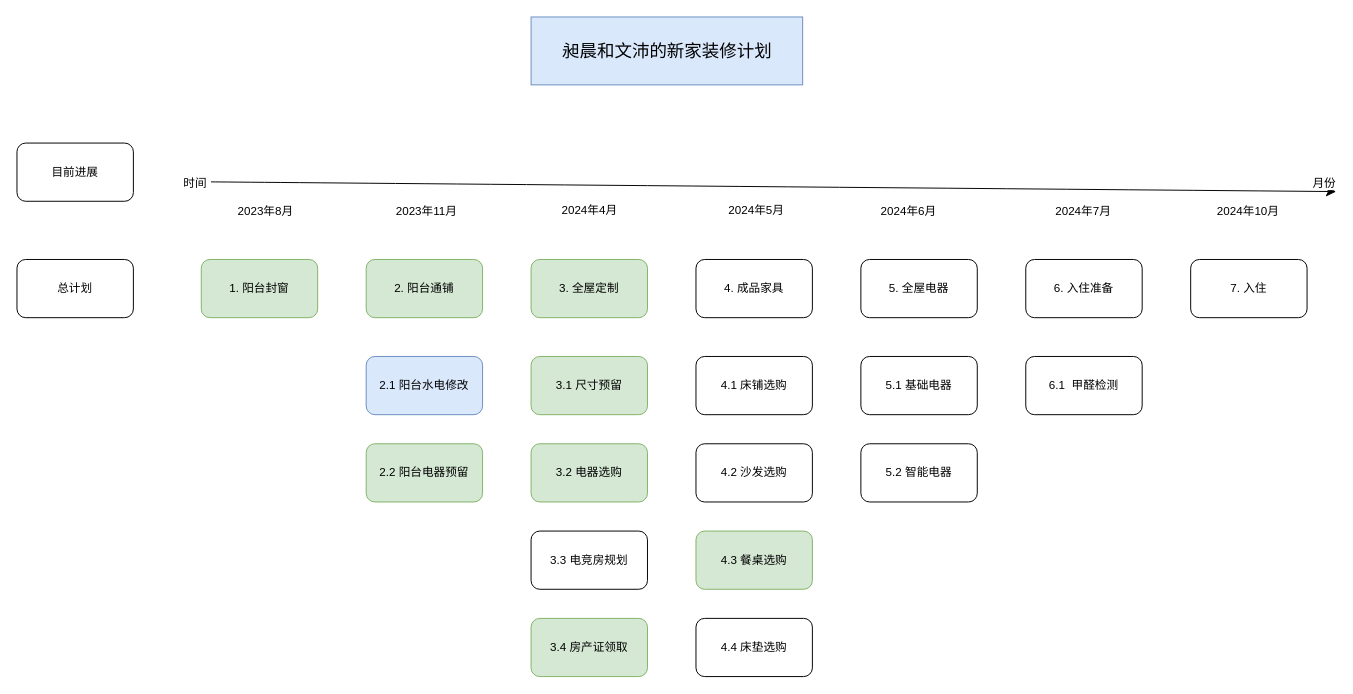
Before: page "总规划" (1 of 3) of newHome.drawio in liuminjit/Diary, a draw.io diagram. Source tidied: cells renumbered, new cells numbered last; positions are measured from the earlier drawing's top-left corner, leaving out a move shared by most shapes. Both pictures are drawn from the tidied source at 97%, with x=0, y=0 at pixel (16, 16).
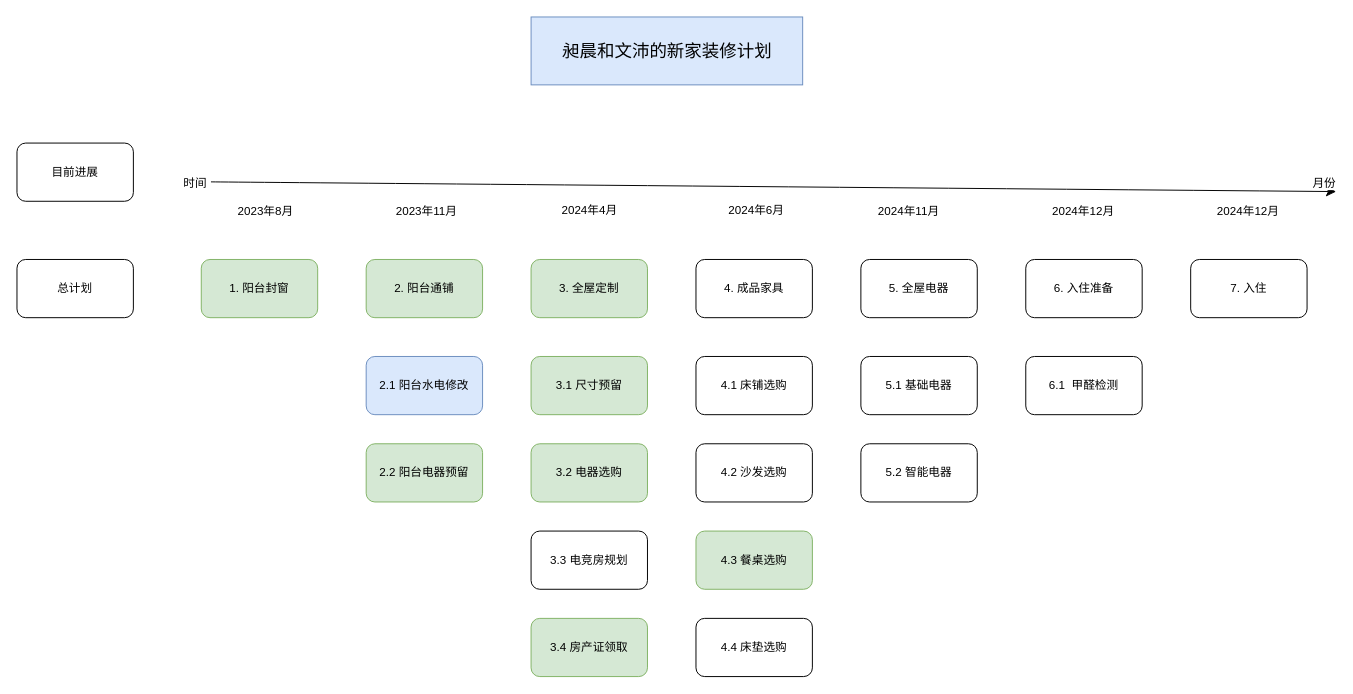
Above is the later version.

Commit message:
更新时间线.drawio

The change refers to these unchanged cells:
```xml
<mxCell id="21" style="endArrow=classic;html=1;rounded=0;fontSize=12;startSize=8;endSize=8;curved=1;" parent="1" edge="1">
  <mxGeometry relative="1" as="geometry">
    <mxPoint x="200" y="170" as="sourcePoint" />
    <mxPoint x="1360" y="180" as="targetPoint" />
  </mxGeometry>
</mxCell>
```

Diff of the diagram source:
```diff
@@
-    <mxCell id="26" value="2024年5月" style="edgeLabel;html=1;align=center;verticalAlign=middle;fontSize=12;" parent="21" vertex="1">
+    <mxCell id="26" value="2024年6月" style="edgeLabel;html=1;align=center;verticalAlign=middle;fontSize=12;" parent="21" vertex="1">
       <mxGeometry x="0.11" y="5" relative="1" as="geometry">
         <mxPoint x="-83" y="29" as="offset" />
       </mxGeometry>
     </mxCell>
-    <mxCell id="27" value="2024年6月" style="edgeLabel;html=1;align=center;verticalAlign=middle;fontSize=12;" parent="21" vertex="1">
+    <mxCell id="27" value="2024年11月" style="edgeLabel;html=1;align=center;verticalAlign=middle;fontSize=12;" parent="21" vertex="1">
       <mxGeometry x="0.48" y="3" relative="1" as="geometry">
         <mxPoint x="-139" y="26" as="offset" />
       </mxGeometry>
     </mxCell>
@@
-    <mxCell id="29" value="2024年7月" style="edgeLabel;html=1;align=center;verticalAlign=middle;fontSize=12;" parent="21" vertex="1">
+    <mxCell id="29" value="2024年12月" style="edgeLabel;html=1;align=center;verticalAlign=middle;fontSize=12;" parent="21" vertex="1">
       <mxGeometry x="0.48" y="3" relative="1" as="geometry">
         <mxPoint x="41" y="26" as="offset" />
       </mxGeometry>
     </mxCell>
-    <mxCell id="30" value="2024年10月" style="edgeLabel;html=1;align=center;verticalAlign=middle;fontSize=12;" parent="21" vertex="1">
+    <mxCell id="30" value="2024年12月" style="edgeLabel;html=1;align=center;verticalAlign=middle;fontSize=12;" parent="21" vertex="1">
       <mxGeometry x="0.48" y="3" relative="1" as="geometry">
         <mxPoint x="211" y="26" as="offset" />
       </mxGeometry>
     </mxCell>
```
